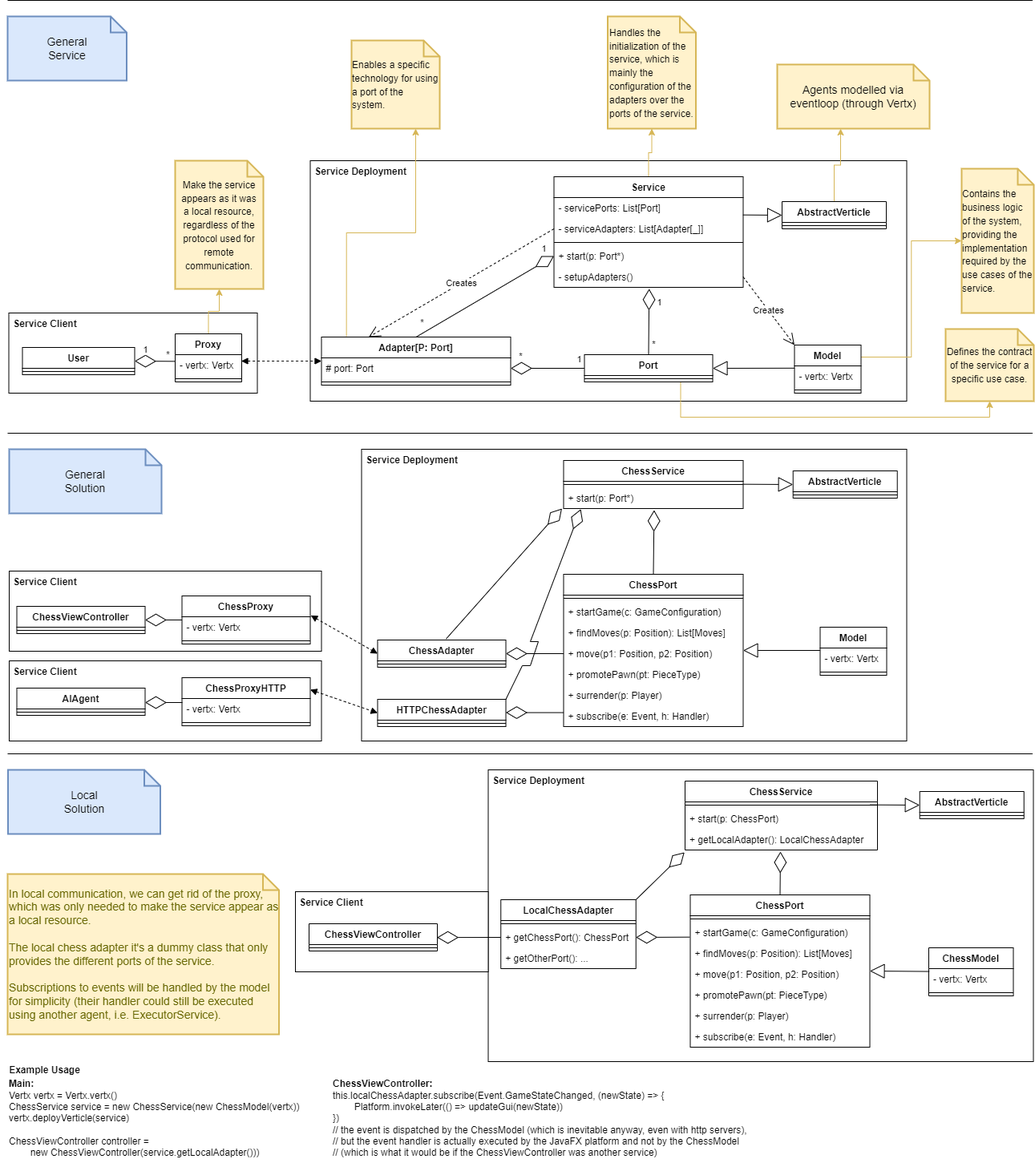
Above: docs/images/architectural-design.png in kelvin-olaiya/PPS-22-prolog-as-scalaDSL-demo (draw.io), before the change. Source tidied: cells renumbered, new cells last; positions are measured from the earlier drawing's top-left corner, leaving out a move shared by most shapes.
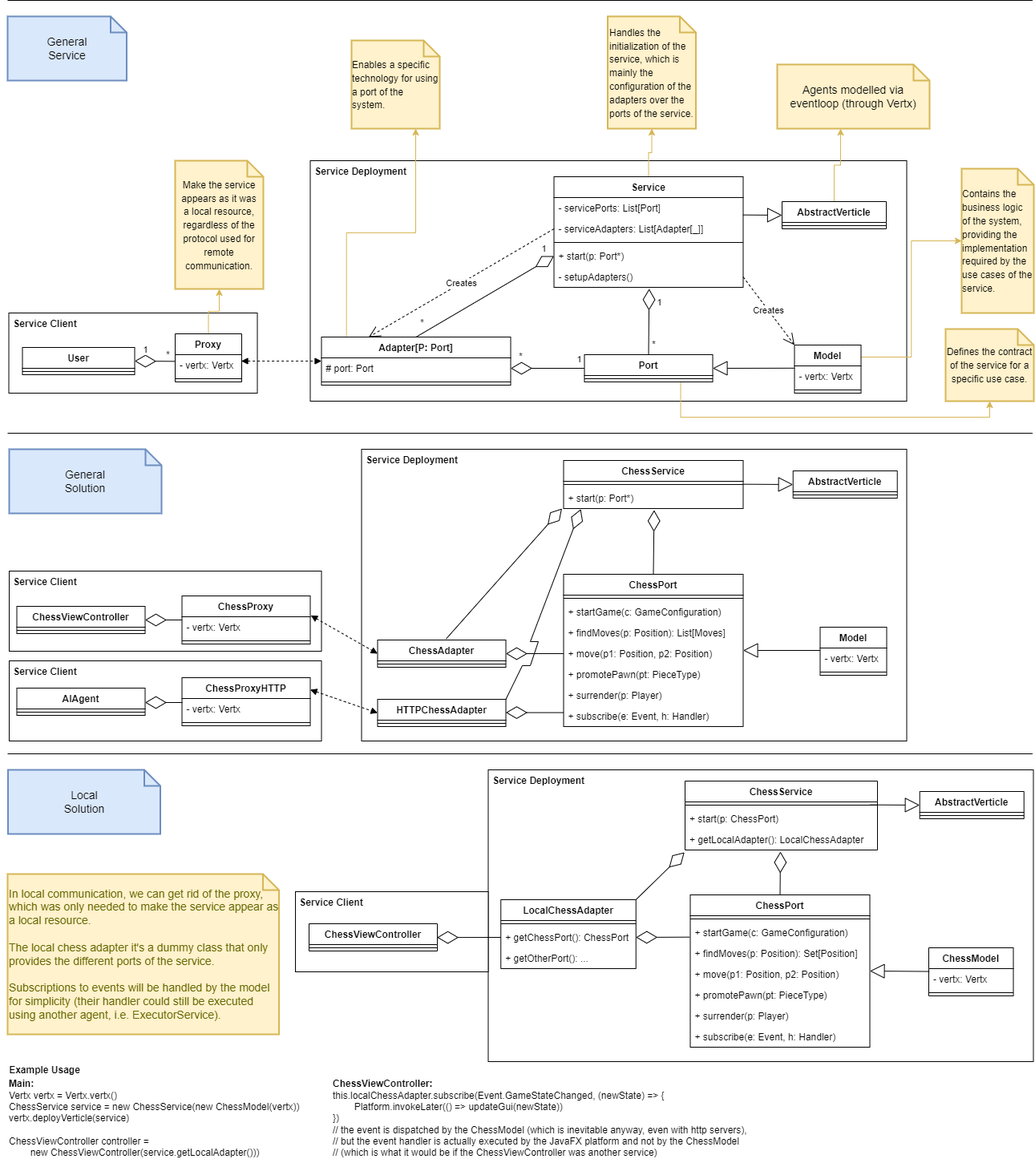
The same diagram one commit later.

Diff of the diagram source:
```diff
@@ -339,7 +339,7 @@
     <mxCell id="99" value="+ startGame(c: GameConfiguration)" style="text;strokeColor=none;fillColor=none;align=left;verticalAlign=top;spacingLeft=4;spacingRight=4;overflow=hidden;points=[[0,0.5],[1,0.5]];portConstraint=eastwest;" parent="97" vertex="1">
       <mxGeometry y="34" width="224" height="26" as="geometry" />
     </mxCell>
-    <mxCell id="100" value="+ findMoves(p: Position): List[Moves]" style="text;strokeColor=none;fillColor=none;align=left;verticalAlign=top;spacingLeft=4;spacingRight=4;overflow=hidden;" parent="97" vertex="1">
+    <mxCell id="100" value="+ findMoves(p: Position): Set[Position]" style="text;strokeColor=none;fillColor=none;align=left;verticalAlign=top;spacingLeft=4;spacingRight=4;overflow=hidden;" parent="97" vertex="1">
       <mxGeometry y="60" width="224" height="26" as="geometry" />
     </mxCell>
     <mxCell id="101" value="+ move(p1: Position, p2: Position)" style="text;strokeColor=none;fillColor=none;align=left;verticalAlign=top;spacingLeft=4;spacingRight=4;overflow=hidden;" parent="97" vertex="1">
```
